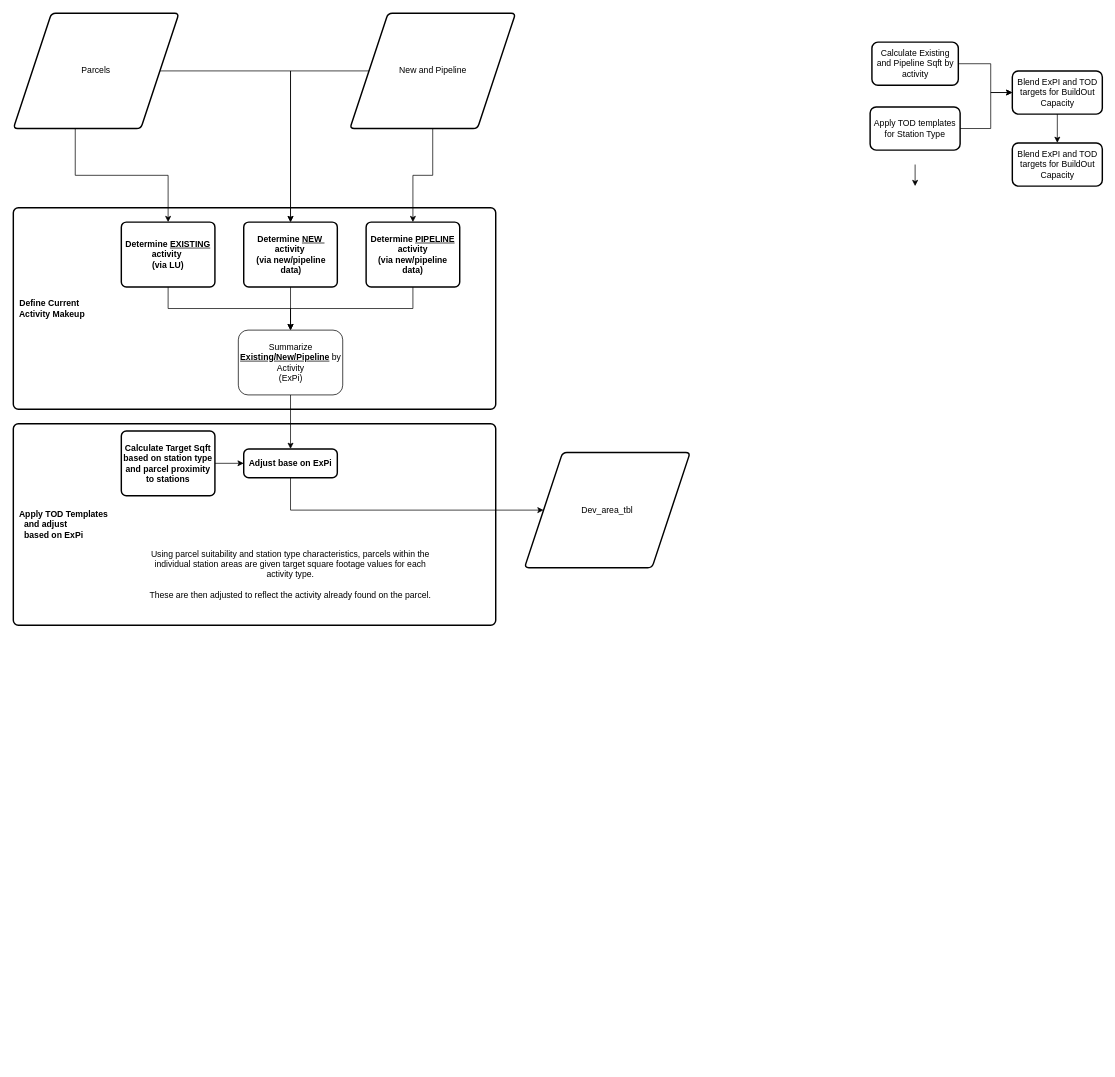
The draw.io diagram page "Calculate Change Capacity" (3 of 4) of AllocationProcess.drawio in renaissanceplanning/LCBRT_TOD, before the edit. Source tidied: cells renumbered, new cells numbered last; positions are measured from the earlier drawing's top-left corner, leaving out a move shared by most shapes. Both pictures are drawn from the tidied source at 72%, with x=0, y=0 at pixel (13, 13).
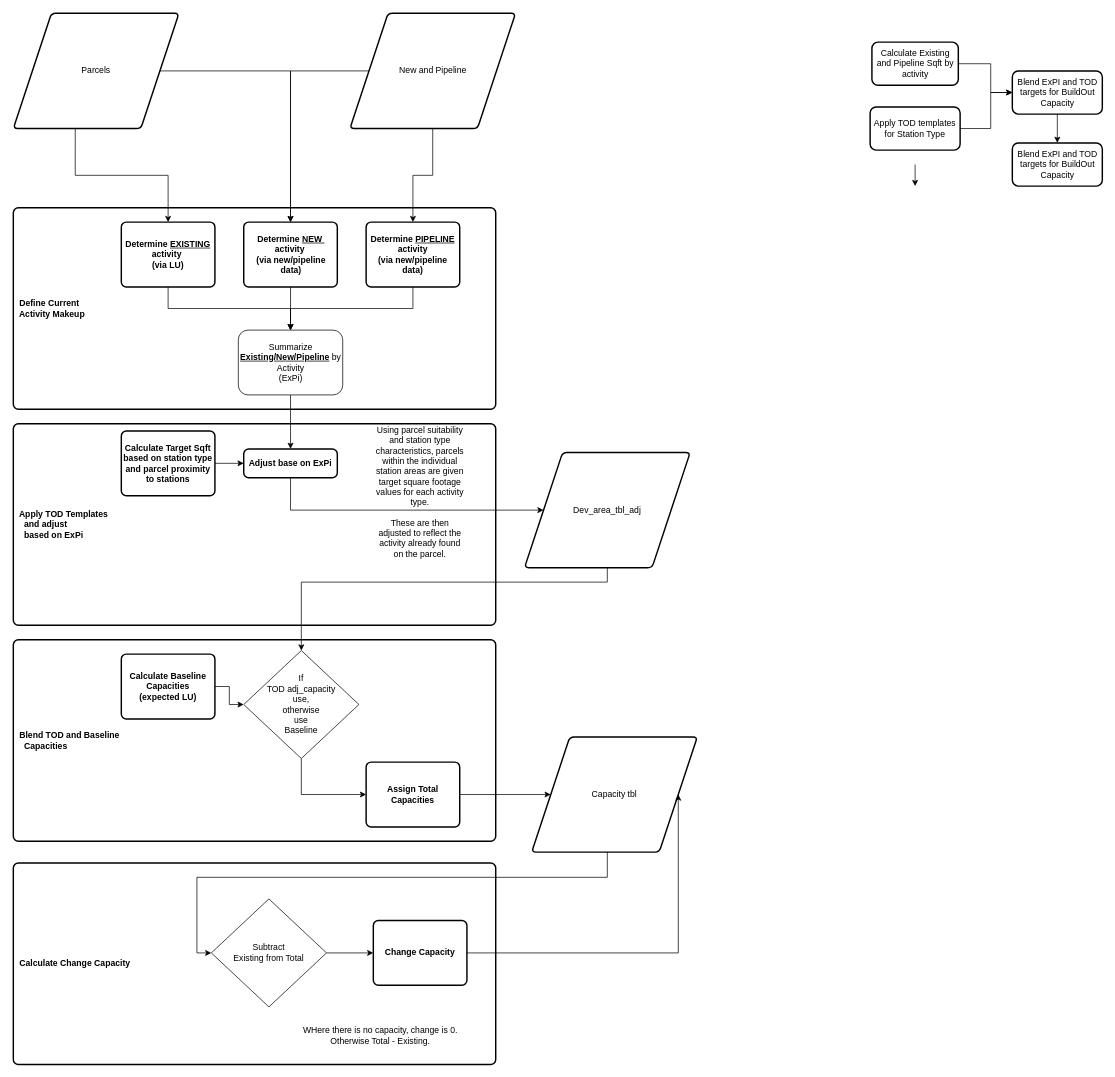
The same diagram, later.

Commit message (it also covers changes not shown here):
update change capacity diagram

Change to the diagram source:
```diff
@@
     <mxCell id="20" value="Using parcel suitability and station type characteristics, parcels within the individual station areas are given target square footage values for each activity type.&lt;br&gt;&lt;br&gt;These are then adjusted to reflect the activity already found on the parcel." style="text;html=1;strokeColor=none;fillColor=none;align=center;verticalAlign=middle;whiteSpace=wrap;rounded=0;" parent="1" vertex="1">
-      <mxGeometry x="180" y="720" width="410" height="120" as="geometry" />
+      <mxGeometry x="500" y="605" width="130" height="120" as="geometry" />
     </mxCell>
@@
-    <mxCell id="31" value="Dev_area_tbl" style="shape=parallelogram;html=1;strokeWidth=2;perimeter=parallelogramPerimeter;whiteSpace=wrap;rounded=1;arcSize=12;size=0.23;" parent="1" vertex="1">
+    <mxCell id="31" value="Dev_area_tbl_adj" style="shape=parallelogram;html=1;strokeWidth=2;perimeter=parallelogramPerimeter;whiteSpace=wrap;rounded=1;arcSize=12;size=0.23;" parent="1" vertex="1">
       <mxGeometry x="710" y="610" width="230" height="160" as="geometry" />
     </mxCell>
+    <mxCell id="32" value="&lt;b&gt;&amp;nbsp; Blend TOD and Baseline&lt;br&gt;&amp;nbsp; &amp;nbsp; Capacities&lt;br&gt;&lt;/b&gt;" style="rounded=1;whiteSpace=wrap;html=1;absoluteArcSize=1;arcSize=14;strokeWidth=2;align=left;" parent="1" vertex="1">
+      <mxGeometry y="870" width="670" height="280" as="geometry" />
+    </mxCell>
+    <mxCell id="33" style="edgeStyle=orthogonalEdgeStyle;rounded=0;jettySize=auto;html=1;entryX=0;entryY=0.5;entryDx=0;entryDy=0;" parent="1" edge="1" source="34" target="38">
+      <mxGeometry relative="1" as="geometry" />
+    </mxCell>
+    <mxCell id="34" value="&lt;b&gt;Calculate Baseline Capacities&lt;br&gt;(expected LU)&lt;br&gt;&lt;/b&gt;" style="rounded=1;whiteSpace=wrap;html=1;absoluteArcSize=1;arcSize=14;strokeWidth=2;align=center;" parent="1" vertex="1">
+      <mxGeometry x="150" y="890" width="130" height="90" as="geometry" />
+    </mxCell>
+    <mxCell id="35" style="edgeStyle=orthogonalEdgeStyle;rounded=0;jettySize=auto;html=1;" parent="1" edge="1" source="36" target="40">
+      <mxGeometry relative="1" as="geometry" />
+    </mxCell>
+    <mxCell id="36" value="&lt;b&gt;Assign Total Capacities&lt;br&gt;&lt;/b&gt;" style="rounded=1;whiteSpace=wrap;html=1;absoluteArcSize=1;arcSize=14;strokeWidth=2;align=center;" parent="1" vertex="1">
+      <mxGeometry x="490" y="1040" width="130" height="90" as="geometry" />
+    </mxCell>
+    <mxCell id="37" style="edgeStyle=orthogonalEdgeStyle;rounded=0;jettySize=auto;html=1;exitX=0.5;exitY=1;exitDx=0;exitDy=0;entryX=0;entryY=0.5;entryDx=0;entryDy=0;" parent="1" edge="1" source="38" target="36">
+      <mxGeometry relative="1" as="geometry" />
+    </mxCell>
+    <mxCell id="38" value="If &lt;br&gt;TOD adj_capacity &lt;br&gt;use, &lt;br&gt;otherwise &lt;br&gt;use &lt;br&gt;Baseline" style="rhombus;whiteSpace=wrap;html=1;" parent="1" vertex="1">
+      <mxGeometry x="320" y="885" width="160" height="150" as="geometry" />
+    </mxCell>
+    <mxCell id="39" style="edgeStyle=orthogonalEdgeStyle;rounded=0;jettySize=auto;html=1;entryX=0.5;entryY=0;entryDx=0;entryDy=0;" parent="1" edge="1" source="31" target="38">
+      <mxGeometry relative="1" as="geometry">
+        <Array as="points">
+          <mxPoint x="825" y="790" />
+          <mxPoint x="400" y="790" />
+        </Array>
+      </mxGeometry>
+    </mxCell>
+    <mxCell id="40" value="Capacity tbl" style="shape=parallelogram;html=1;strokeWidth=2;perimeter=parallelogramPerimeter;whiteSpace=wrap;rounded=1;arcSize=12;size=0.23;" parent="1" vertex="1">
+      <mxGeometry x="720" y="1005" width="230" height="160" as="geometry" />
+    </mxCell>
+    <mxCell id="41" value="&lt;b&gt;&amp;nbsp; Calculate Change Capacity&lt;br&gt;&lt;/b&gt;" style="rounded=1;whiteSpace=wrap;html=1;absoluteArcSize=1;arcSize=14;strokeWidth=2;align=left;" parent="1" vertex="1">
+      <mxGeometry y="1180" width="670" height="280" as="geometry" />
+    </mxCell>
+    <mxCell id="42" style="edgeStyle=orthogonalEdgeStyle;rounded=0;jettySize=auto;html=1;exitX=1;exitY=0.5;exitDx=0;exitDy=0;entryX=0;entryY=0.5;entryDx=0;entryDy=0;" parent="1" edge="1" source="43" target="46">
+      <mxGeometry relative="1" as="geometry" />
+    </mxCell>
+    <mxCell id="43" value="Subtract &lt;br&gt;Existing from Total" style="rhombus;whiteSpace=wrap;html=1;" parent="1" vertex="1">
+      <mxGeometry x="275" y="1230" width="160" height="150" as="geometry" />
+    </mxCell>
+    <mxCell id="44" style="edgeStyle=orthogonalEdgeStyle;rounded=0;jettySize=auto;html=1;entryX=0;entryY=0.5;entryDx=0;entryDy=0;" parent="1" edge="1" source="40" target="43">
+      <mxGeometry relative="1" as="geometry">
+        <Array as="points">
+          <mxPoint x="825" y="1200" />
+          <mxPoint x="255" y="1200" />
+          <mxPoint x="255" y="1305" />
+        </Array>
+      </mxGeometry>
+    </mxCell>
+    <mxCell id="45" style="edgeStyle=orthogonalEdgeStyle;rounded=0;jettySize=auto;html=1;entryX=1;entryY=0.5;entryDx=0;entryDy=0;" parent="1" edge="1" source="46" target="40">
+      <mxGeometry relative="1" as="geometry" />
+    </mxCell>
+    <mxCell id="46" value="&lt;b&gt;Change Capacity&lt;br&gt;&lt;/b&gt;" style="rounded=1;whiteSpace=wrap;html=1;absoluteArcSize=1;arcSize=14;strokeWidth=2;align=center;" parent="1" vertex="1">
+      <mxGeometry x="500" y="1260" width="130" height="90" as="geometry" />
+    </mxCell>
+    <mxCell id="47" value="WHere there is no capacity, change is 0. Otherwise Total - Existing." style="text;html=1;strokeColor=none;fillColor=none;align=center;verticalAlign=middle;whiteSpace=wrap;rounded=0;" parent="1" vertex="1">
+      <mxGeometry x="380" y="1390" width="260" height="60" as="geometry" />
+    </mxCell>
```
